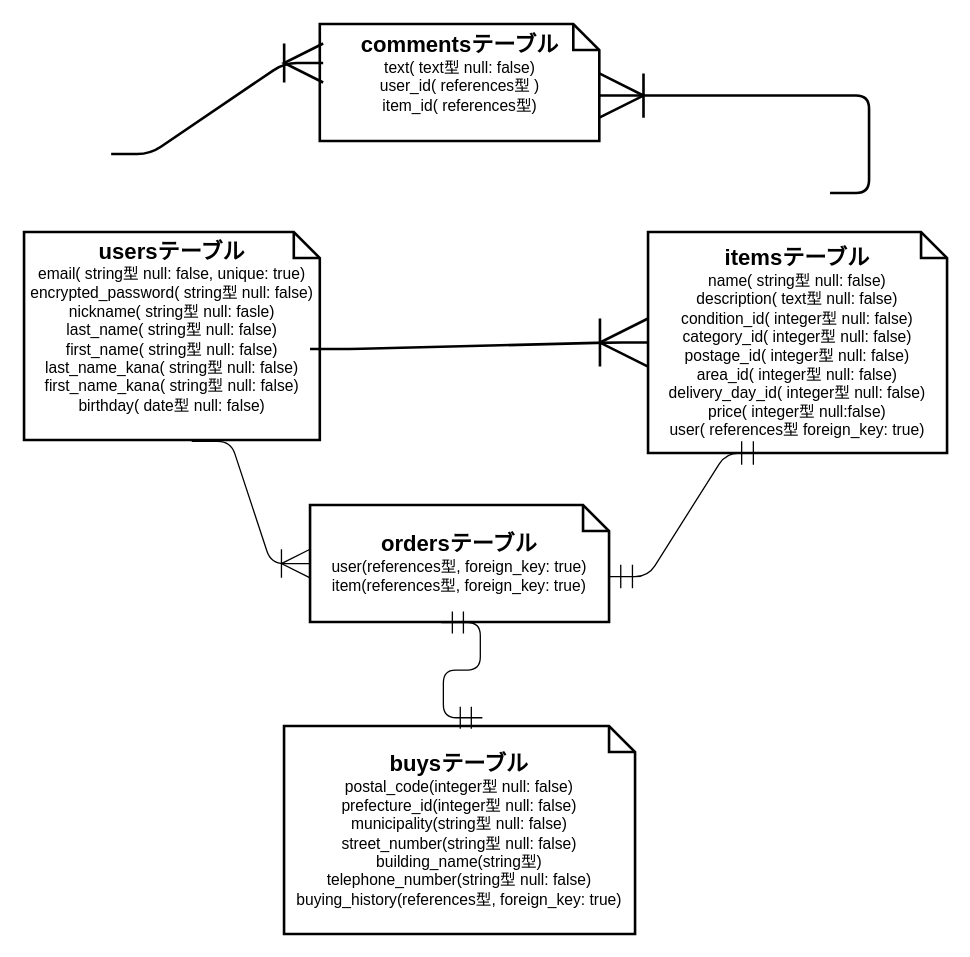
Before: er.dio in fumi-y/furima-35224, a draw.io diagram. Source tidied: cells renumbered, new cells numbered last; positions are measured from the earlier drawing's top-left corner, leaving out a move shared by most shapes. Both pictures are drawn from the tidied source at 130%, with x=0, y=0 at pixel (23, 23).
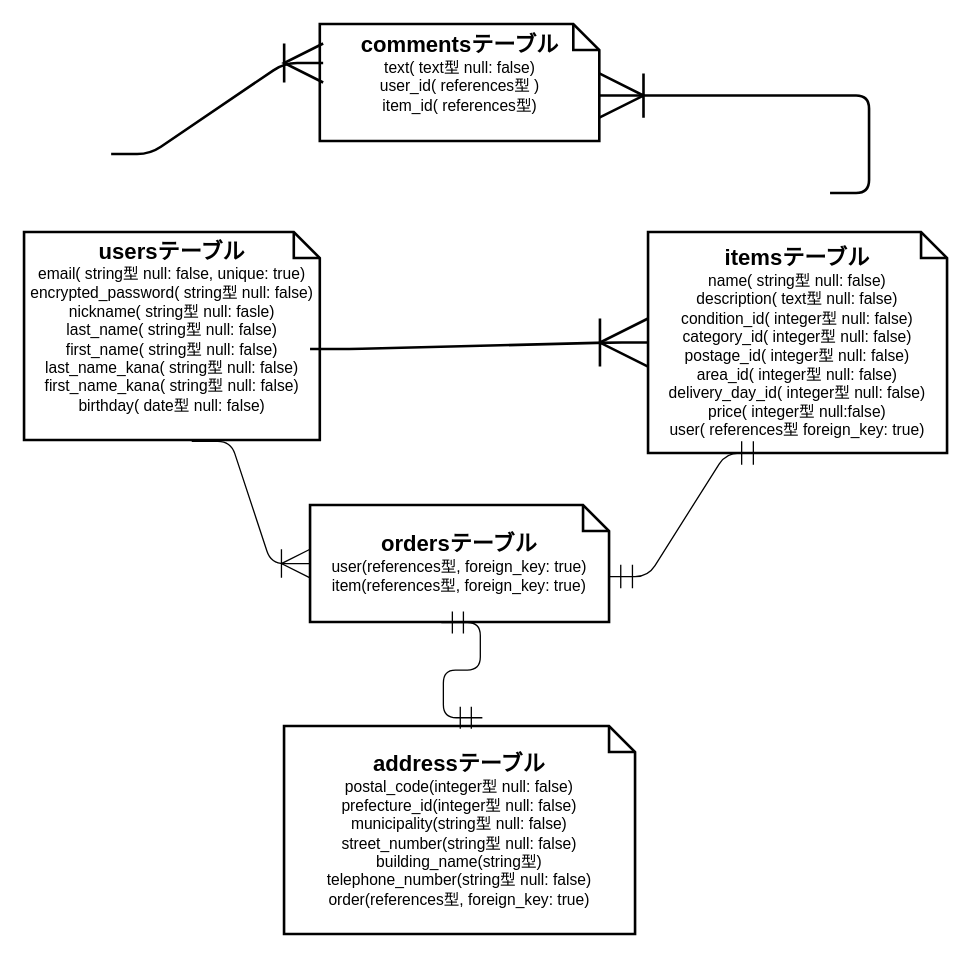
The same diagram, later.

What changed in the source:
```diff
@@
 <mxGraphModel>
   <root>
     <mxCell id="0" />
     <mxCell id="1" parent="0" />
     <mxCell id="2" value="&lt;b&gt;&lt;font style=&quot;font-size: 17px&quot;&gt;usersテーブル&lt;/font&gt;&lt;/b&gt;&lt;br&gt;email( string型 null: false, unique: true)&lt;br&gt;encrypted_password( string型 null: false)&lt;br&gt;nickname( string型 null: fasle)&lt;br&gt;last_name( string型 null: false)&lt;br&gt;first_name( string型 null: false)&lt;br&gt;last_name_kana( string型 null: false)&lt;br&gt;first_name_kana( string型 null: false)&lt;br&gt;birthday( date型 null: false)&lt;br&gt;&lt;div style=&quot;text-align: left&quot;&gt;&lt;br&gt;&lt;/div&gt;" style="shape=note;size=20;whiteSpace=wrap;html=1;strokeWidth=2;" parent="1" vertex="1">
       <mxGeometry y="160" width="227.5" height="160" as="geometry" />
     </mxCell>
     <mxCell id="3" value="&lt;span&gt;&lt;font&gt;&lt;font style=&quot;font-size: 17px&quot;&gt;&lt;b&gt;commentsテーブル&lt;/b&gt;&lt;/font&gt;&lt;br&gt;text( text型 null: false)&lt;br&gt;user_id( references型 )&lt;br&gt;item_id( references型)&lt;br&gt;&lt;br&gt;&lt;/font&gt;&lt;/span&gt;" style="shape=note;size=20;whiteSpace=wrap;html=1;strokeWidth=2;" parent="1" vertex="1">
       <mxGeometry x="227.5" width="215" height="90" as="geometry" />
     </mxCell>
     <mxCell id="4" value="&lt;font style=&quot;font-size: 17px&quot;&gt;&lt;b&gt;itemsテーブル&lt;br&gt;&lt;/b&gt;&lt;/font&gt;name( string型 null: false)&lt;br&gt;description( text型 null: false)&lt;br&gt;condition_id( integer型 null: false)&lt;br&gt;category_id( integer型 null: false)&lt;br&gt;postage_id( integer型 null: false)&lt;br&gt;area_id( integer型 null: false)&lt;br&gt;delivery_day_id( integer型 null: false)&lt;br&gt;price( integer型 null:false)&lt;br&gt;user( references型 foreign_key: true)" style="shape=note;size=20;whiteSpace=wrap;html=1;strokeWidth=2;" parent="1" vertex="1">
       <mxGeometry x="480" y="160" width="230" height="170" as="geometry" />
     </mxCell>
-    <mxCell id="5" value="&lt;font style=&quot;font-size: 17px&quot;&gt;&lt;b&gt;buysテーブル&lt;/b&gt;&lt;/font&gt;&lt;br&gt;postal_code(integer型 null: false)&lt;br&gt;prefecture_id(integer型 null: false)&lt;br&gt;municipality(string型 null: false)&lt;br&gt;street_number(string型 null: false)&lt;br&gt;building_name(string型)&lt;br&gt;telephone_number(string型 null: false)&lt;br&gt;buying_history(references型, foreign_key: true)" style="shape=note;size=20;whiteSpace=wrap;html=1;strokeWidth=2;" parent="1" vertex="1">
+    <mxCell id="5" value="&lt;font style=&quot;font-size: 17px&quot;&gt;&lt;b&gt;addressテーブル&lt;/b&gt;&lt;/font&gt;&lt;br&gt;postal_code(integer型 null: false)&lt;br&gt;prefecture_id(integer型 null: false)&lt;br&gt;municipality(string型 null: false)&lt;br&gt;street_number(string型 null: false)&lt;br&gt;building_name(string型)&lt;br&gt;telephone_number(string型 null: false)&lt;br&gt;order(references型, foreign_key: true)" style="shape=note;size=20;whiteSpace=wrap;html=1;strokeWidth=2;" parent="1" vertex="1">
       <mxGeometry x="200" y="540" width="270" height="160" as="geometry" />
     </mxCell>
     <mxCell id="6" style="edgeStyle=entityRelationEdgeStyle;fontSize=12;html=1;endArrow=ERoneToMany;exitX=0;exitY=0;exitDx=220;exitDy=90;exitPerimeter=0;entryX=0;entryY=0.5;entryDx=0;entryDy=0;entryPerimeter=0;strokeWidth=2;endSize=34;" parent="1" edge="1" source="2" target="4">
       <mxGeometry relative="1" as="geometry" />
     </mxCell>
     <mxCell id="7" style="edgeStyle=entityRelationEdgeStyle;fontSize=12;html=1;endArrow=ERoneToMany;strokeWidth=2;entryX=0;entryY=0;entryDx=215;entryDy=55;entryPerimeter=0;endSize=31;" parent="1" edge="1" target="3">
       <mxGeometry relative="1" as="geometry">
         <mxPoint x="620" y="130" as="sourcePoint" />
       </mxGeometry>
     </mxCell>
     <mxCell id="8" style="edgeStyle=entityRelationEdgeStyle;fontSize=12;html=1;endArrow=ERoneToMany;strokeWidth=2;entryX=0.012;entryY=0.333;entryDx=0;entryDy=0;entryPerimeter=0;endSize=27;" parent="1" edge="1" target="3">
       <mxGeometry relative="1" as="geometry">
         <mxPoint x="67" y="100" as="sourcePoint" />
       </mxGeometry>
     </mxCell>
     <mxCell id="9" value="&lt;font style=&quot;font-size: 17px&quot;&gt;&lt;b&gt;ordersテーブル&lt;/b&gt;&lt;/font&gt;&lt;br&gt;user(references型, foreign_key: true)&lt;br&gt;item(references型, foreign_key: true)" style="shape=note;size=20;whiteSpace=wrap;html=1;strokeWidth=2;" parent="1" vertex="1">
       <mxGeometry x="220" y="370" width="230" height="90" as="geometry" />
     </mxCell>
     <mxCell id="10" style="edgeStyle=entityRelationEdgeStyle;fontSize=12;html=1;endArrow=ERmandOne;startArrow=ERmandOne;endSize=15;startSize=15;exitX=0.439;exitY=1.004;exitDx=0;exitDy=0;exitPerimeter=0;entryX=0.565;entryY=-0.04;entryDx=0;entryDy=0;entryPerimeter=0;" parent="1" edge="1" source="9" target="5">
       <mxGeometry relative="1" as="geometry" />
     </mxCell>
     <mxCell id="11" style="edgeStyle=entityRelationEdgeStyle;fontSize=12;html=1;endArrow=ERoneToMany;exitX=0.567;exitY=1.006;exitDx=0;exitDy=0;exitPerimeter=0;endSize=20;entryX=0;entryY=0.5;entryDx=0;entryDy=0;entryPerimeter=0;" parent="1" edge="1" source="2" target="9">
       <mxGeometry relative="1" as="geometry" />
     </mxCell>
     <mxCell id="12" style="edgeStyle=entityRelationEdgeStyle;fontSize=12;html=1;endArrow=ERmandOne;startArrow=ERmandOne;endSize=16;startSize=16;exitX=0;exitY=0;exitDx=230;exitDy=55;exitPerimeter=0;" parent="1" edge="1" source="9">
       <mxGeometry relative="1" as="geometry">
         <mxPoint x="570" y="330" as="targetPoint" />
       </mxGeometry>
     </mxCell>
   </root>
 </mxGraphModel>
```
